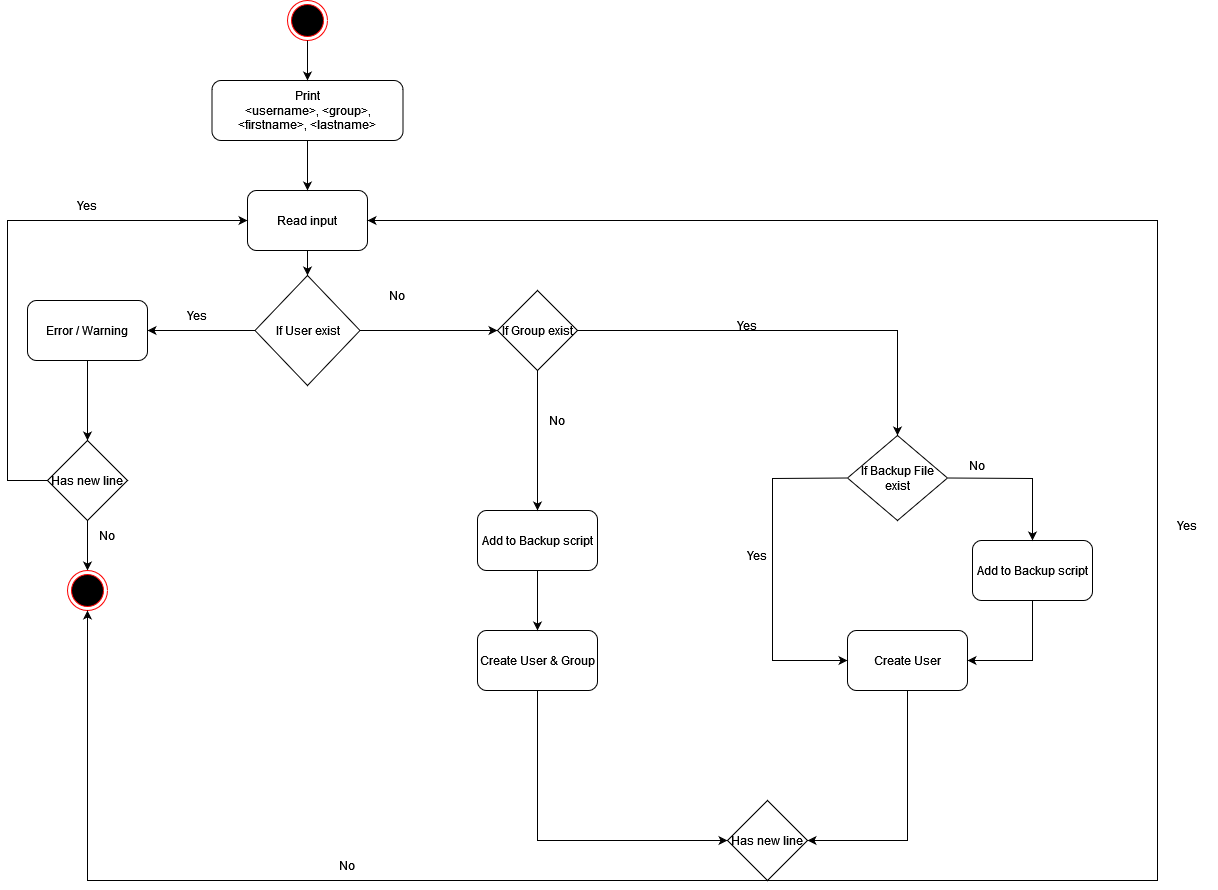
Before: Documents/ActivityDiagram.png, a diagram exported from draw.io (EAlbanese/Modul_122). Source tidied: cells renumbered, new cells last; positions are measured from the earlier drawing's top-left corner, leaving out a move shared by most shapes.
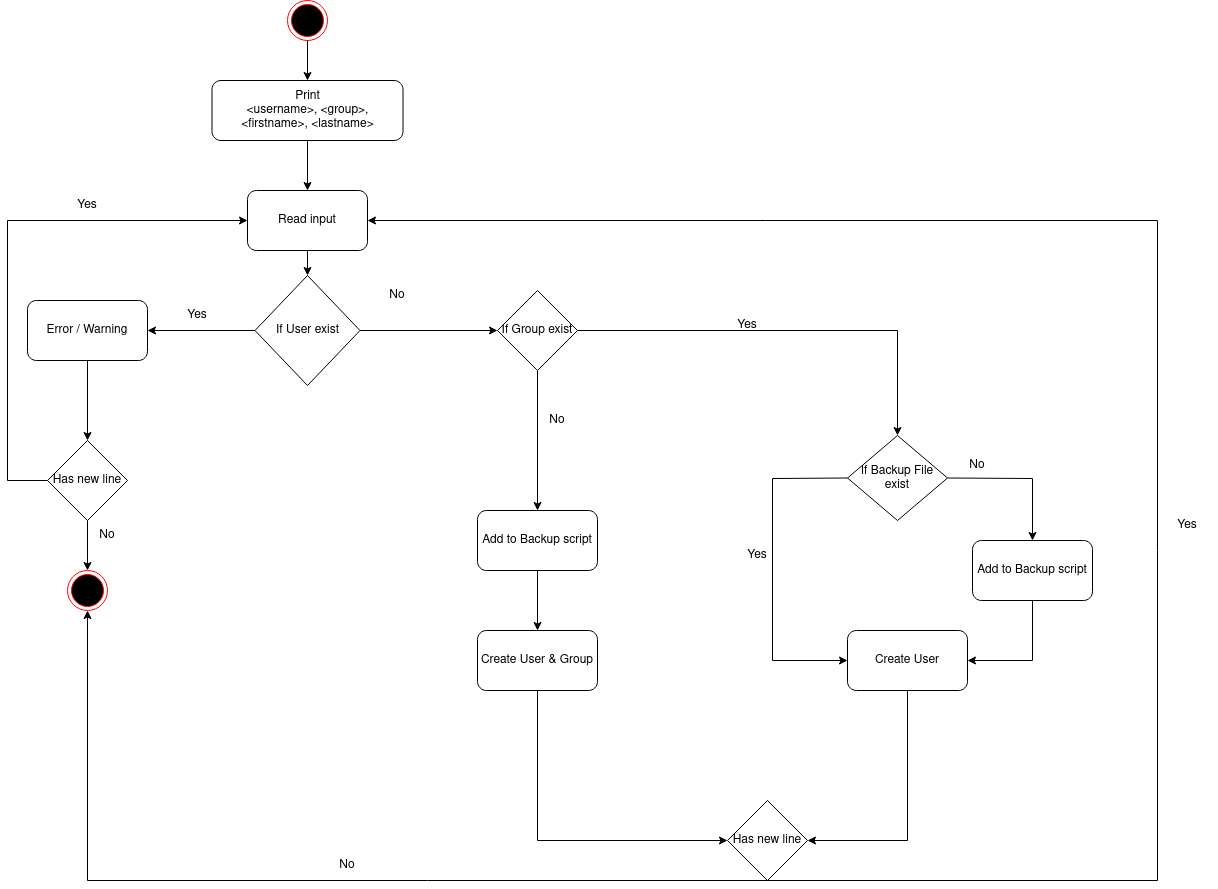
After the change.

The edit, as a diff of the source:
```diff
@@ -158,7 +158,7 @@
     <mxCell id="41" value="No" style="text;html=1;strokeColor=none;fillColor=none;align=center;verticalAlign=middle;whiteSpace=wrap;rounded=0;" parent="1" vertex="1">
       <mxGeometry x="310" y="850" width="60" height="30" as="geometry" />
     </mxCell>
-    <mxCell id="42" style="endArrow=classic;html=1;rounded=0;exitX=0.5;exitY=1;exitDx=0;exitDy=0;" parent="1" edge="1" source="39" target="5">
+    <mxCell id="42" style="endArrow=classic;html=1;rounded=0;exitX=0.5;exitY=1;exitDx=0;exitDy=0;entryX=1;entryY=0.5;entryDx=0;entryDy=0;" parent="1" edge="1" source="39" target="5">
       <mxGeometry relative="1" as="geometry">
         <Array as="points">
           <mxPoint x="1150" y="880" />
```
